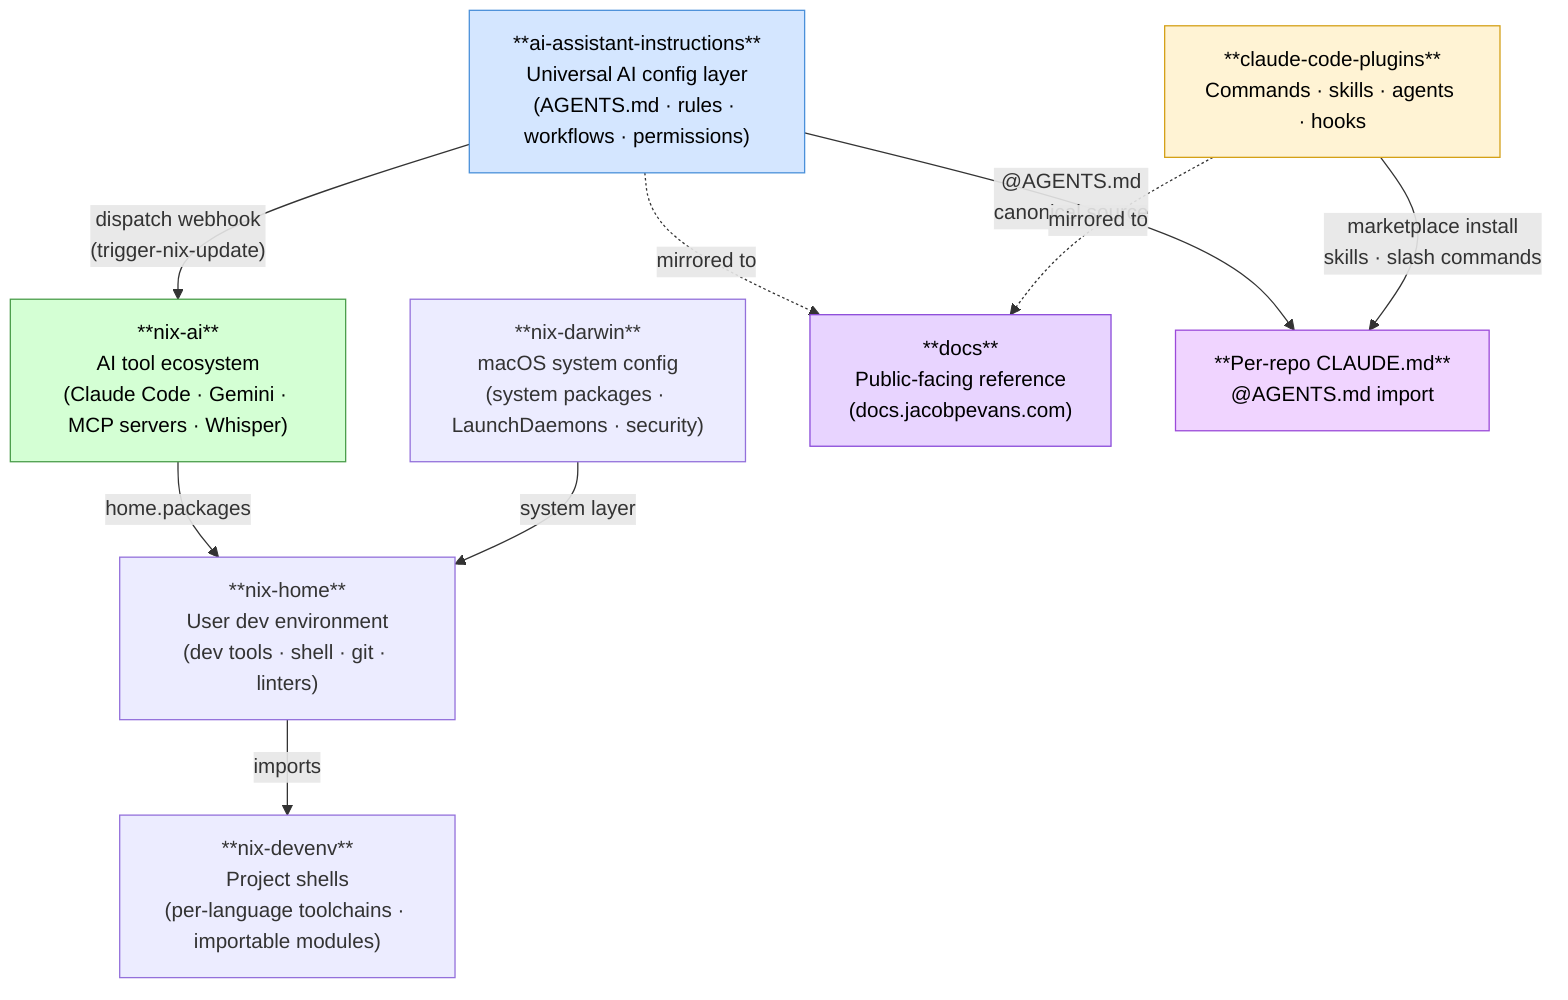
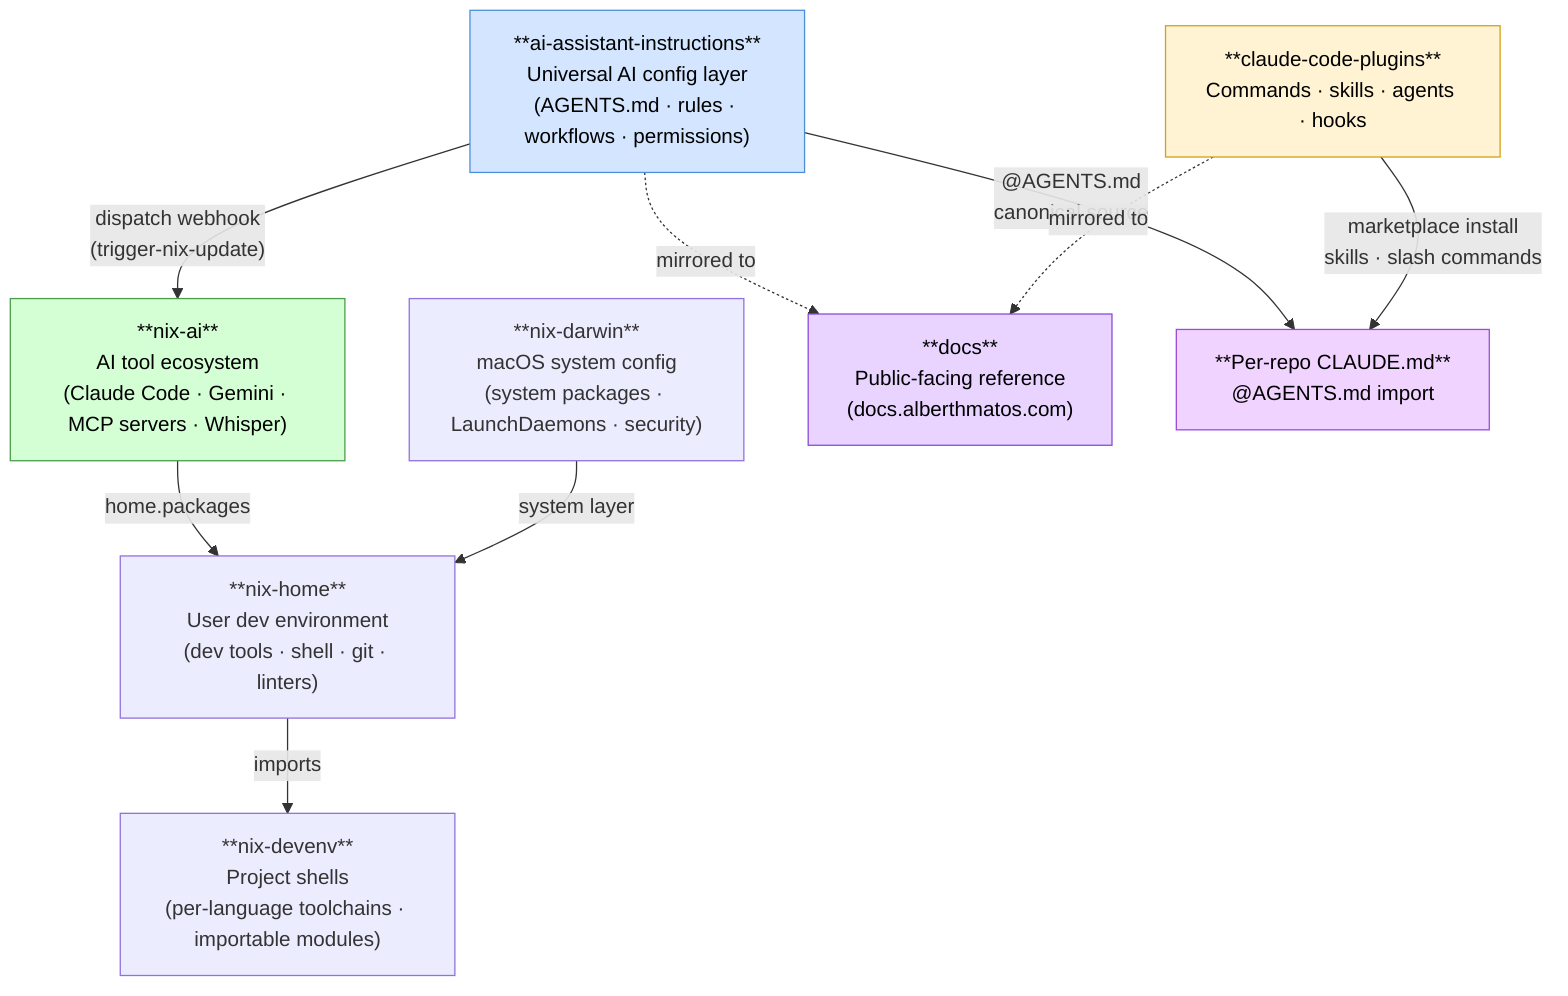
- %% Ecosystem context: how ai-assistant-instructions fits into the JacobPEvans nix-ai system
+ %% Ecosystem context: how ai-assistant-instructions fits into the amatos nix-ai system
graph TD
    AAI["**ai-assistant-instructions**\nUniversal AI config layer\n(AGENTS.md · rules · workflows · permissions)"]

    NixAI["**nix-ai**\nAI tool ecosystem\n(Claude Code · Gemini · MCP servers · Whisper)"]
    NixHome["**nix-home**\nUser dev environment\n(dev tools · shell · git · linters)"]
    NixDarwin["**nix-darwin**\nmacOS system config\n(system packages · LaunchDaemons · security)"]
    NixDevenv["**nix-devenv**\nProject shells\n(per-language toolchains · importable modules)"]

    Plugins["**claude-code-plugins**\nCommands · skills · agents · hooks"]
-     Docs["**docs**\nPublic-facing reference\n(docs.jacobpevans.com)"]
+     Docs["**docs**\nPublic-facing reference\n(docs.alberthmatos.com)"]

    PerRepo["**Per-repo CLAUDE.md**\n@AGENTS.md import"]

    AAI -->|"dispatch webhook\n(trigger-nix-update)"| NixAI
    AAI -->|"@AGENTS.md\ncanonical source"| PerRepo
    Plugins -->|"marketplace install\nskills · slash commands"| PerRepo
    AAI -. "mirrored to" .-> Docs
    Plugins -. "mirrored to" .-> Docs

    NixAI -->|"home.packages"| NixHome
    NixDarwin -->|"system layer"| NixHome
    NixHome -->|"imports"| NixDevenv

    style AAI fill:#d4e6ff,stroke:#4a90d9,color:#000
    style NixAI fill:#d4ffd4,stroke:#4a9d4a,color:#000
    style Plugins fill:#fff3d4,stroke:#d4a017,color:#000
    style Docs fill:#e8d4ff,stroke:#8a4ad9,color:#000
    style PerRepo fill:#f0d4ff,stroke:#9b4ad9,color:#000
